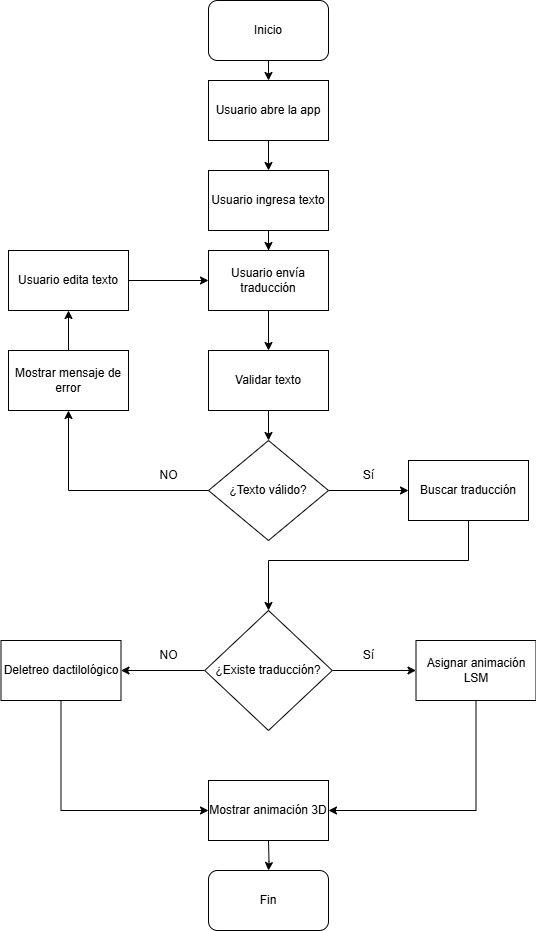
This is Images/Cap 3/Actividades.png from IvanSMMA/TT1_Document, a draw.io export, as it was before one commit. Source tidied: cells renumbered, new cells last; positions are measured from the earlier drawing's top-left corner, leaving out a move shared by most shapes.
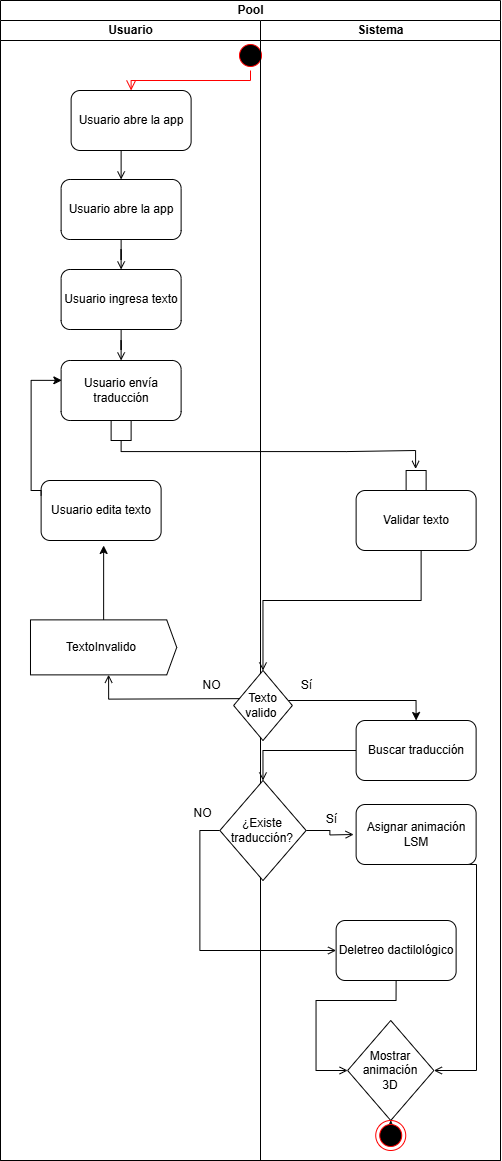
After the commit.

What changed in the source:
```diff
@@ -2,125 +2,165 @@
   <root>
     <mxCell id="0" />
     <mxCell id="1" parent="0" />
-    <mxCell id="2" style="edgeStyle=orthogonalEdgeStyle;rounded=0;jettySize=auto;html=1;exitX=0.5;exitY=1;exitDx=0;exitDy=0;entryX=0.5;entryY=0;entryDx=0;entryDy=0;" parent="1" edge="1" source="3" target="5">
-      <mxGeometry relative="1" as="geometry" />
-    </mxCell>
-    <mxCell id="3" value="Inicio" style="rounded=1;whiteSpace=wrap;html=1;" parent="1" vertex="1">
-      <mxGeometry x="208" width="120" height="60" as="geometry" />
-    </mxCell>
-    <mxCell id="4" style="edgeStyle=orthogonalEdgeStyle;rounded=0;jettySize=auto;html=1;entryX=0.5;entryY=0;entryDx=0;entryDy=0;" parent="1" edge="1" source="5" target="7">
-      <mxGeometry relative="1" as="geometry" />
-    </mxCell>
-    <mxCell id="5" value="Usuario abre la app" style="rounded=0;whiteSpace=wrap;html=1;" parent="1" vertex="1">
-      <mxGeometry x="208" y="80" width="120" height="60" as="geometry" />
-    </mxCell>
+    <mxCell id="35" style="ellipse;html=1;shape=startState;fillColor=#000000;strokeColor=#ff0000;" parent="1" vertex="1">
+      <mxGeometry x="377" y="-5" width="30" height="30" as="geometry" />
+    </mxCell>
+    <mxCell id="36" style="edgeStyle=orthogonalEdgeStyle;html=1;verticalAlign=bottom;endArrow=open;endSize=8;strokeColor=#ff0000;rounded=0;entryX=0.5;entryY=0;entryDx=0;entryDy=0;" parent="1" edge="1" source="35" target="38">
+      <mxGeometry relative="1" as="geometry">
+        <Array as="points">
+          <mxPoint x="391.6" y="35" />
+          <mxPoint x="272.6" y="35" />
+        </Array>
+      </mxGeometry>
+    </mxCell>
+    <mxCell id="37" style="edgeStyle=orthogonalEdgeStyle;rounded=0;jettySize=auto;html=1;exitX=0.5;exitY=1;exitDx=0;exitDy=0;entryX=0.5;entryY=0;entryDx=0;entryDy=0;endArrow=open;endFill=0;" parent="1" edge="1" source="38" target="40">
+      <mxGeometry relative="1" as="geometry" />
+    </mxCell>
+    <mxCell id="38" value="Usuario abre la app" style="rounded=1;whiteSpace=wrap;html=1;" parent="1" vertex="1">
+      <mxGeometry x="212.6" y="45" width="120" height="60" as="geometry" />
+    </mxCell>
+    <mxCell id="39" style="edgeStyle=orthogonalEdgeStyle;rounded=0;jettySize=auto;html=1;entryX=0.5;entryY=0;entryDx=0;entryDy=0;endArrow=open;endFill=0;" parent="1" edge="1" source="40" target="7">
+      <mxGeometry relative="1" as="geometry" />
+    </mxCell>
+    <mxCell id="40" value="Usuario abre la app" style="rounded=1;whiteSpace=wrap;html=1;" parent="1" vertex="1">
+      <mxGeometry x="202.6" y="134" width="120" height="60" as="geometry" />
+    </mxCell>
-    <mxCell id="6" style="edgeStyle=orthogonalEdgeStyle;rounded=0;jettySize=auto;html=1;" parent="1" edge="1" source="7" target="9">
+    <mxCell id="6" style="edgeStyle=orthogonalEdgeStyle;rounded=0;jettySize=auto;html=1;entryX=0.5;entryY=0;entryDx=0;entryDy=0;endArrow=open;endFill=0;" parent="1" edge="1" source="7" target="9">
       <mxGeometry relative="1" as="geometry" />
     </mxCell>
-    <mxCell id="7" value="Usuario ingresa texto" style="rounded=0;whiteSpace=wrap;html=1;" parent="1" vertex="1">
-      <mxGeometry x="208" y="170" width="120" height="60" as="geometry" />
+    <mxCell id="7" value="Usuario ingresa texto" style="rounded=1;whiteSpace=wrap;html=1;" parent="1" vertex="1">
+      <mxGeometry x="202.6" y="224" width="120" height="60" as="geometry" />
     </mxCell>
-    <mxCell id="8" style="edgeStyle=orthogonalEdgeStyle;rounded=0;jettySize=auto;html=1;" parent="1" edge="1" source="9" target="12">
-      <mxGeometry relative="1" as="geometry" />
-    </mxCell>
-    <mxCell id="9" value="Usuario envía traducción" style="rounded=0;whiteSpace=wrap;html=1;" parent="1" vertex="1">
-      <mxGeometry x="208" y="250" width="120" height="60" as="geometry" />
+    <mxCell id="9" value="Usuario envía traducción" style="rounded=1;whiteSpace=wrap;html=1;" parent="1" vertex="1">
+      <mxGeometry x="202.6" y="315" width="120" height="60" as="geometry" />
     </mxCell>
-    <mxCell id="10" style="edgeStyle=orthogonalEdgeStyle;rounded=0;jettySize=auto;html=1;exitX=0.5;exitY=1;exitDx=0;exitDy=0;entryX=0.5;entryY=0;entryDx=0;entryDy=0;" parent="1" edge="1" source="12" target="14">
-      <mxGeometry relative="1" as="geometry" />
-    </mxCell>
-    <mxCell id="11" style="edgeStyle=orthogonalEdgeStyle;rounded=0;jettySize=auto;html=1;exitX=0.058;exitY=0.53;exitDx=0;exitDy=0;exitPerimeter=0;" parent="1" edge="1" source="14" target="18">
-      <mxGeometry relative="1" as="geometry">
-        <Array as="points">
-          <mxPoint x="268" y="493" />
-          <mxPoint x="268" y="490" />
-          <mxPoint x="68" y="490" />
-        </Array>
-      </mxGeometry>
-    </mxCell>
+    <mxCell id="41" style="verticalLabelPosition=bottom;verticalAlign=top;html=1;shape=mxgraph.basic.rect;fillColor2=none;strokeWidth=1;size=20;indent=5;" parent="1" vertex="1">
+      <mxGeometry x="252.6" y="375" width="20" height="20" as="geometry" />
+    </mxCell>
+    <mxCell id="42" style="verticalLabelPosition=bottom;verticalAlign=top;html=1;shape=mxgraph.basic.rect;fillColor2=none;strokeWidth=1;size=1.21;indent=5;" parent="1" vertex="1">
+      <mxGeometry x="547.6" y="425" width="20" height="20" as="geometry" />
+    </mxCell>
+    <mxCell id="43" style="edgeStyle=orthogonalEdgeStyle;rounded=0;jettySize=auto;html=1;entryX=0.475;entryY=-0.079;entryDx=0;entryDy=0;entryPerimeter=0;endArrow=open;endFill=0;" parent="1" edge="1" source="41" target="42">
+      <mxGeometry relative="1" as="geometry">
+        <Array as="points">
+          <mxPoint x="262.6" y="406" />
+          <mxPoint x="487.6" y="406" />
+          <mxPoint x="556.6" y="405" />
+        </Array>
+      </mxGeometry>
+    </mxCell>
-    <mxCell id="12" value="Validar texto" style="rounded=0;whiteSpace=wrap;html=1;" parent="1" vertex="1">
-      <mxGeometry x="208" y="350" width="120" height="60" as="geometry" />
+    <mxCell id="12" value="Validar texto" style="rounded=1;whiteSpace=wrap;html=1;" parent="1" vertex="1">
+      <mxGeometry x="497.6" y="445" width="120" height="60" as="geometry" />
     </mxCell>
-    <mxCell id="13" style="edgeStyle=orthogonalEdgeStyle;rounded=0;jettySize=auto;html=1;" parent="1" edge="1" source="14" target="16">
-      <mxGeometry relative="1" as="geometry" />
-    </mxCell>
-    <mxCell id="14" value="¿Texto válido?" style="rhombus;whiteSpace=wrap;html=1;" parent="1" vertex="1">
-      <mxGeometry x="208" y="440" width="120" height="100" as="geometry" />
-    </mxCell>
+    <mxCell id="44" style="edgeStyle=orthogonalEdgeStyle;rounded=0;jettySize=auto;html=1;exitX=0;exitY=1;exitDx=0;exitDy=0;entryX=0.002;entryY=0.534;entryDx=0;entryDy=0;endArrow=open;endFill=0;entryPerimeter=0;" parent="1" edge="1" target="49">
+      <mxGeometry relative="1" as="geometry">
+        <mxPoint x="384.8" y="653.1" as="sourcePoint" />
+      </mxGeometry>
+    </mxCell>
+    <mxCell id="45" style="edgeStyle=orthogonalEdgeStyle;rounded=0;jettySize=auto;html=1;entryX=0.5;entryY=0;entryDx=0;entryDy=0;" parent="1" edge="1" source="59" target="16">
+      <mxGeometry relative="1" as="geometry">
+        <Array as="points">
+          <mxPoint x="557.6" y="655" />
+        </Array>
+      </mxGeometry>
+    </mxCell>
+    <mxCell id="46" style="edgeStyle=orthogonalEdgeStyle;rounded=0;jettySize=auto;html=1;entryX=0.5;entryY=0;entryDx=0;entryDy=0;endArrow=open;endFill=0;" parent="1" edge="1" source="12" target="59">
+      <mxGeometry relative="1" as="geometry">
+        <Array as="points">
+          <mxPoint x="562.6" y="555" />
+          <mxPoint x="404.6" y="555" />
+        </Array>
+      </mxGeometry>
+    </mxCell>
-    <mxCell id="15" style="edgeStyle=orthogonalEdgeStyle;rounded=0;jettySize=auto;html=1;" parent="1" edge="1" source="16" target="22">
-      <mxGeometry relative="1" as="geometry">
-        <Array as="points">
-          <mxPoint x="468" y="560" />
-          <mxPoint x="268" y="560" />
-        </Array>
-      </mxGeometry>
+    <mxCell id="15" style="edgeStyle=orthogonalEdgeStyle;rounded=0;jettySize=auto;html=1;entryX=0.5;entryY=0;entryDx=0;entryDy=0;endArrow=open;endFill=0;" parent="1" edge="1" source="16" target="22">
+      <mxGeometry relative="1" as="geometry" />
     </mxCell>
-    <mxCell id="16" value="Buscar traducción" style="whiteSpace=wrap;html=1;" parent="1" vertex="1">
-      <mxGeometry x="408" y="460" width="120" height="60" as="geometry" />
+    <mxCell id="16" value="Buscar traducción" style="rounded=1;whiteSpace=wrap;html=1;" parent="1" vertex="1">
+      <mxGeometry x="497.6" y="675" width="120" height="60" as="geometry" />
     </mxCell>
-    <mxCell id="17" style="edgeStyle=orthogonalEdgeStyle;rounded=0;jettySize=auto;html=1;entryX=0.5;entryY=1;entryDx=0;entryDy=0;" parent="1" edge="1" source="18" target="34">
-      <mxGeometry relative="1" as="geometry" />
-    </mxCell>
-    <mxCell id="18" value="Mostrar mensaje de error" style="rounded=0;whiteSpace=wrap;html=1;" parent="1" vertex="1">
-      <mxGeometry x="8" y="350" width="120" height="60" as="geometry" />
-    </mxCell>
-    <mxCell id="19" value="NO" style="text;html=1;align=center;verticalAlign=middle;strokeColor=none;fillColor=none;" parent="1" vertex="1">
-      <mxGeometry x="148" y="460" width="40" height="30" as="geometry" />
-    </mxCell>
-    <mxCell id="20" style="edgeStyle=orthogonalEdgeStyle;rounded=0;jettySize=auto;html=1;" parent="1" edge="1" source="22" target="24">
-      <mxGeometry relative="1" as="geometry" />
-    </mxCell>
+    <mxCell id="47" value="NO" style="text;html=1;align=center;verticalAlign=middle;strokeColor=none;fillColor=none;" parent="1" vertex="1">
+      <mxGeometry x="332.6" y="625" width="40" height="30" as="geometry" />
+    </mxCell>
+    <mxCell id="48" value="Sí" style="text;html=1;align=center;verticalAlign=middle;strokeColor=none;fillColor=none;" parent="1" vertex="1">
+      <mxGeometry x="432.6" y="625" width="30" height="30" as="geometry" />
+    </mxCell>
+    <mxCell id="49" style="shape=offPageConnector;whiteSpace=wrap;html=1;rotation=-90;size=0.06837606837606838;" parent="1" vertex="1">
+      <mxGeometry x="217.6" y="528.8" width="55" height="146.2" as="geometry" />
+    </mxCell>
+    <mxCell id="50" value="TextoInvalido" style="text;strokeColor=none;align=center;fillColor=none;html=1;verticalAlign=middle;whiteSpace=wrap;rounded=0;" parent="1" vertex="1">
+      <mxGeometry x="212.6" y="586.9" width="60" height="30" as="geometry" />
+    </mxCell>
+    <mxCell id="34" value="Usuario edita texto" style="rounded=1;whiteSpace=wrap;html=1;" parent="1" vertex="1">
+      <mxGeometry x="182.6" y="435" width="120" height="60" as="geometry" />
+    </mxCell>
+    <mxCell id="33" style="edgeStyle=orthogonalEdgeStyle;rounded=0;jettySize=auto;html=1;entryX=0.006;entryY=0.331;entryDx=0;entryDy=0;entryPerimeter=0;exitX=0;exitY=0.25;exitDx=0;exitDy=0;" parent="1" edge="1" source="34" target="9">
+      <mxGeometry relative="1" as="geometry">
+        <Array as="points">
+          <mxPoint x="182.6" y="445" />
+          <mxPoint x="172.6" y="445" />
+          <mxPoint x="172.6" y="335" />
+        </Array>
+      </mxGeometry>
+    </mxCell>
-    <mxCell id="21" style="edgeStyle=orthogonalEdgeStyle;rounded=0;jettySize=auto;html=1;" parent="1" edge="1" source="22" target="26">
+    <mxCell id="21" style="edgeStyle=orthogonalEdgeStyle;rounded=0;jettySize=auto;html=1;exitX=0;exitY=0.5;exitDx=0;exitDy=0;entryX=0;entryY=0.5;entryDx=0;entryDy=0;endArrow=open;endFill=0;" parent="1" edge="1" source="22" target="26">
       <mxGeometry relative="1" as="geometry" />
     </mxCell>
-    <mxCell id="22" value="¿Existe traducción?" style="rhombus;whiteSpace=wrap;html=1;" parent="1" vertex="1">
-      <mxGeometry x="204.2" y="610" width="127.5" height="120" as="geometry" />
-    </mxCell>
-    <mxCell id="23" style="edgeStyle=orthogonalEdgeStyle;rounded=0;jettySize=auto;html=1;entryX=1;entryY=0.5;entryDx=0;entryDy=0;" parent="1" edge="1" source="24" target="32">
+    <mxCell id="23" style="edgeStyle=orthogonalEdgeStyle;rounded=0;jettySize=auto;html=1;exitX=0.5;exitY=1;exitDx=0;exitDy=0;entryX=1;entryY=0.5;entryDx=0;entryDy=0;endArrow=open;endFill=0;" parent="1" edge="1" source="24" target="32">
       <mxGeometry relative="1" as="geometry">
         <Array as="points">
-          <mxPoint x="476" y="810" />
+          <mxPoint x="618" y="819" />
+          <mxPoint x="618" y="1025" />
         </Array>
       </mxGeometry>
     </mxCell>
-    <mxCell id="24" value="Asignar animación LSM" style="whiteSpace=wrap;html=1;" parent="1" vertex="1">
-      <mxGeometry x="415.5" y="640" width="120" height="60" as="geometry" />
+    <mxCell id="24" value="Asignar animación LSM" style="rounded=1;whiteSpace=wrap;html=1;" parent="1" vertex="1">
+      <mxGeometry x="497.6" y="759" width="120" height="60" as="geometry" />
     </mxCell>
-    <mxCell id="25" style="edgeStyle=orthogonalEdgeStyle;rounded=0;jettySize=auto;html=1;entryX=0;entryY=0.5;entryDx=0;entryDy=0;" parent="1" edge="1" source="26" target="32">
-      <mxGeometry relative="1" as="geometry">
-        <Array as="points">
-          <mxPoint x="61" y="810" />
-        </Array>
-      </mxGeometry>
+    <mxCell id="25" style="edgeStyle=orthogonalEdgeStyle;rounded=0;jettySize=auto;html=1;exitX=0.5;exitY=1;exitDx=0;exitDy=0;entryX=0;entryY=0.5;entryDx=0;entryDy=0;endArrow=open;endFill=0;" parent="1" edge="1" source="26" target="32">
+      <mxGeometry relative="1" as="geometry" />
     </mxCell>
-    <mxCell id="26" value="&lt;span style=&quot;background-color: transparent; color: light-dark(rgb(0, 0, 0), rgb(255, 255, 255));&quot;&gt;Deletreo dactilológico&lt;/span&gt;" style="whiteSpace=wrap;html=1;" parent="1" vertex="1">
-      <mxGeometry x="0.5" y="640" width="120" height="60" as="geometry" />
+    <mxCell id="26" value="Deletreo dactilológico" style="rounded=1;whiteSpace=wrap;html=1;" parent="1" vertex="1">
+      <mxGeometry x="477.6" y="875" width="120" height="60" as="geometry" />
     </mxCell>
-    <mxCell id="27" value="NO" style="text;html=1;align=center;verticalAlign=middle;strokeColor=none;fillColor=none;" parent="1" vertex="1">
-      <mxGeometry x="148" y="640" width="40" height="30" as="geometry" />
-    </mxCell>
-    <mxCell id="28" value="Sí" style="text;html=1;align=center;verticalAlign=middle;strokeColor=none;fillColor=none;" parent="1" vertex="1">
-      <mxGeometry x="353" y="640" width="30" height="30" as="geometry" />
-    </mxCell>
-    <mxCell id="29" value="Sí" style="text;html=1;align=center;verticalAlign=middle;strokeColor=none;fillColor=none;" parent="1" vertex="1">
-      <mxGeometry x="353" y="460" width="30" height="30" as="geometry" />
-    </mxCell>
-    <mxCell id="30" style="edgeStyle=orthogonalEdgeStyle;rounded=0;jettySize=auto;html=1;" parent="1" edge="1" target="31">
-      <mxGeometry relative="1" as="geometry">
-        <mxPoint x="268" y="840" as="sourcePoint" />
-      </mxGeometry>
-    </mxCell>
-    <mxCell id="31" value="Fin" style="whiteSpace=wrap;html=1;rounded=1;" parent="1" vertex="1">
-      <mxGeometry x="208" y="870" width="120" height="60" as="geometry" />
-    </mxCell>
+    <mxCell id="51" style="edgeStyle=orthogonalEdgeStyle;rounded=0;jettySize=auto;html=1;endArrow=open;endFill=0;" parent="1" edge="1" source="22">
+      <mxGeometry relative="1" as="geometry">
+        <mxPoint x="495.1" y="789" as="targetPoint" />
+      </mxGeometry>
+    </mxCell>
+    <mxCell id="52" style="edgeStyle=orthogonalEdgeStyle;rounded=0;jettySize=auto;html=1;entryX=0.5;entryY=0;entryDx=0;entryDy=0;endArrow=open;endFill=0;" parent="1" edge="1" source="32">
+      <mxGeometry relative="1" as="geometry">
+        <mxPoint x="532.2" y="1075" as="targetPoint" />
+      </mxGeometry>
+    </mxCell>
-    <mxCell id="32" value="Mostrar animación 3D" style="rounded=0;whiteSpace=wrap;html=1;" parent="1" vertex="1">
-      <mxGeometry x="208" y="780" width="120" height="60" as="geometry" />
+    <mxCell id="32" value="Mostrar animación&lt;br&gt;&lt;span style=&quot;background-color: transparent; color: light-dark(rgb(0, 0, 0), rgb(255, 255, 255));&quot;&gt;3D&lt;/span&gt;" style="rhombus;whiteSpace=wrap;html=1;" parent="1" vertex="1">
+      <mxGeometry x="489.1" y="975" width="86.2" height="100" as="geometry" />
     </mxCell>
-    <mxCell id="33" style="edgeStyle=orthogonalEdgeStyle;rounded=0;jettySize=auto;html=1;entryX=0;entryY=0.5;entryDx=0;entryDy=0;" parent="1" edge="1" source="34" target="9">
-      <mxGeometry relative="1" as="geometry" />
-    </mxCell>
-    <mxCell id="34" value="Usuario edita texto" style="rounded=0;whiteSpace=wrap;html=1;" parent="1" vertex="1">
-      <mxGeometry x="8" y="250" width="120" height="60" as="geometry" />
-    </mxCell>
+    <mxCell id="53" style="ellipse;html=1;shape=endState;fillColor=#000000;strokeColor=#ff0000;" parent="1" vertex="1">
+      <mxGeometry x="517.2" y="1075" width="30" height="30" as="geometry" />
+    </mxCell>
+    <mxCell id="54" value="Sí" style="text;html=1;align=center;verticalAlign=middle;strokeColor=none;fillColor=none;" parent="1" vertex="1">
+      <mxGeometry x="457.6" y="759" width="30" height="30" as="geometry" />
+    </mxCell>
+    <mxCell id="55" value="NO" style="text;html=1;align=center;verticalAlign=middle;strokeColor=none;fillColor=none;" parent="1" vertex="1">
+      <mxGeometry x="324.5" y="753" width="40" height="30" as="geometry" />
+    </mxCell>
+    <mxCell id="56" value="Pool" style="swimlane;startSize=20;html=1;" parent="1" vertex="1">
+      <mxGeometry x="142" y="-45" width="500" height="1160" as="geometry" />
+    </mxCell>
+    <mxCell id="57" value="Usuario" style="swimlane;startSize=20;html=1;" parent="56" vertex="1">
+      <mxGeometry y="20" width="260" height="1140" as="geometry" />
+    </mxCell>
+    <mxCell id="58" value="Sistema" style="swimlane;startSize=20;html=1;swimlaneLine=1;" parent="56" vertex="1">
+      <mxGeometry x="260" y="20" width="240" height="1140" as="geometry" />
+    </mxCell>
+    <mxCell id="59" value="Texto valido&amp;nbsp;" style="rhombus;whiteSpace=wrap;html=1;" parent="58" vertex="1">
+      <mxGeometry x="-26.9" y="650" width="58.8" height="70" as="geometry" />
+    </mxCell>
+    <mxCell id="22" value="¿Existe traducción?" style="rhombus;whiteSpace=wrap;html=1;" parent="58" vertex="1">
+      <mxGeometry x="-40.6" y="760" width="86.2" height="100" as="geometry" />
+    </mxCell>
+    <mxCell id="60" style="edgeStyle=orthogonalEdgeStyle;rounded=0;jettySize=auto;html=1;entryX=0.521;entryY=1.083;entryDx=0;entryDy=0;entryPerimeter=0;" parent="1" edge="1" source="49" target="34">
+      <mxGeometry relative="1" as="geometry" />
+    </mxCell>
   </root>
 </mxGraphModel>
```
